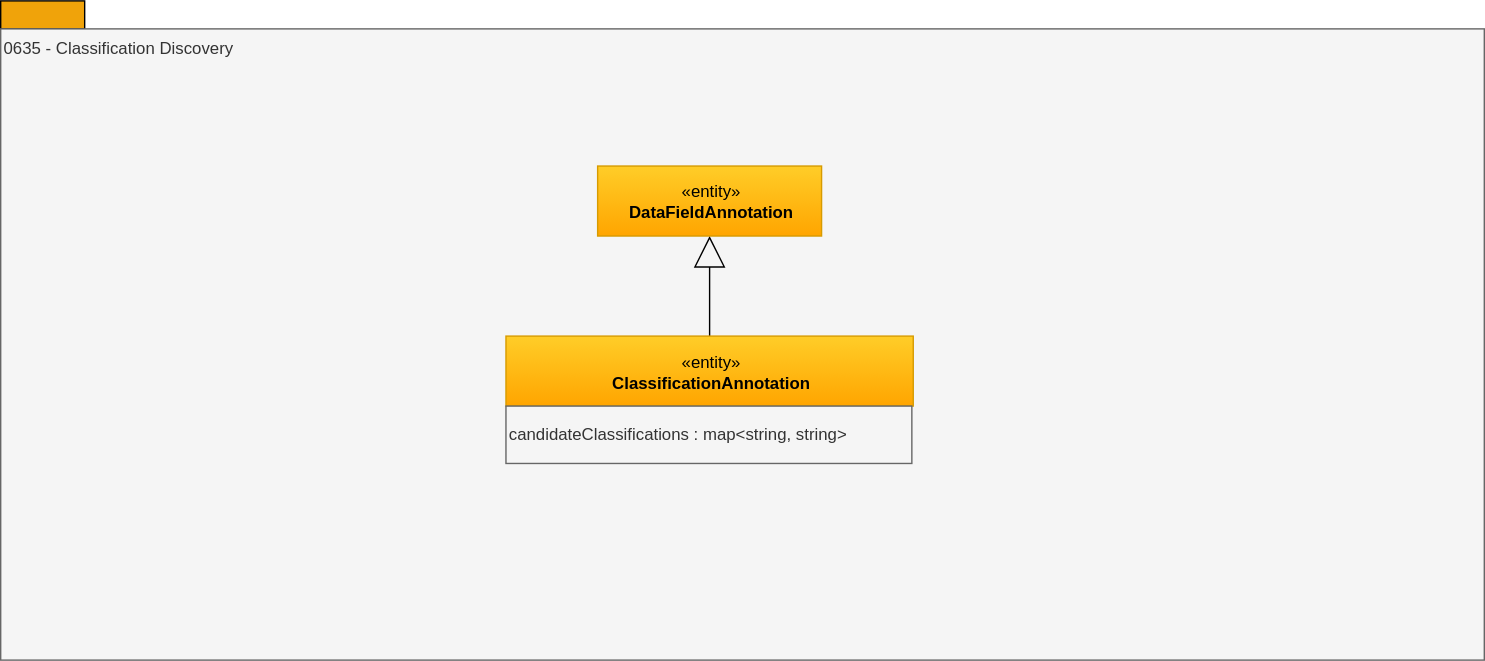
Earlier version of the draw.io export site/docs/types/6/0635-Classification-Discovery.svg (odpi/egeria-docs). Source tidied: cells renumbered, new cells last; positions are measured from the earlier drawing's top-left corner, leaving out a move shared by most shapes.
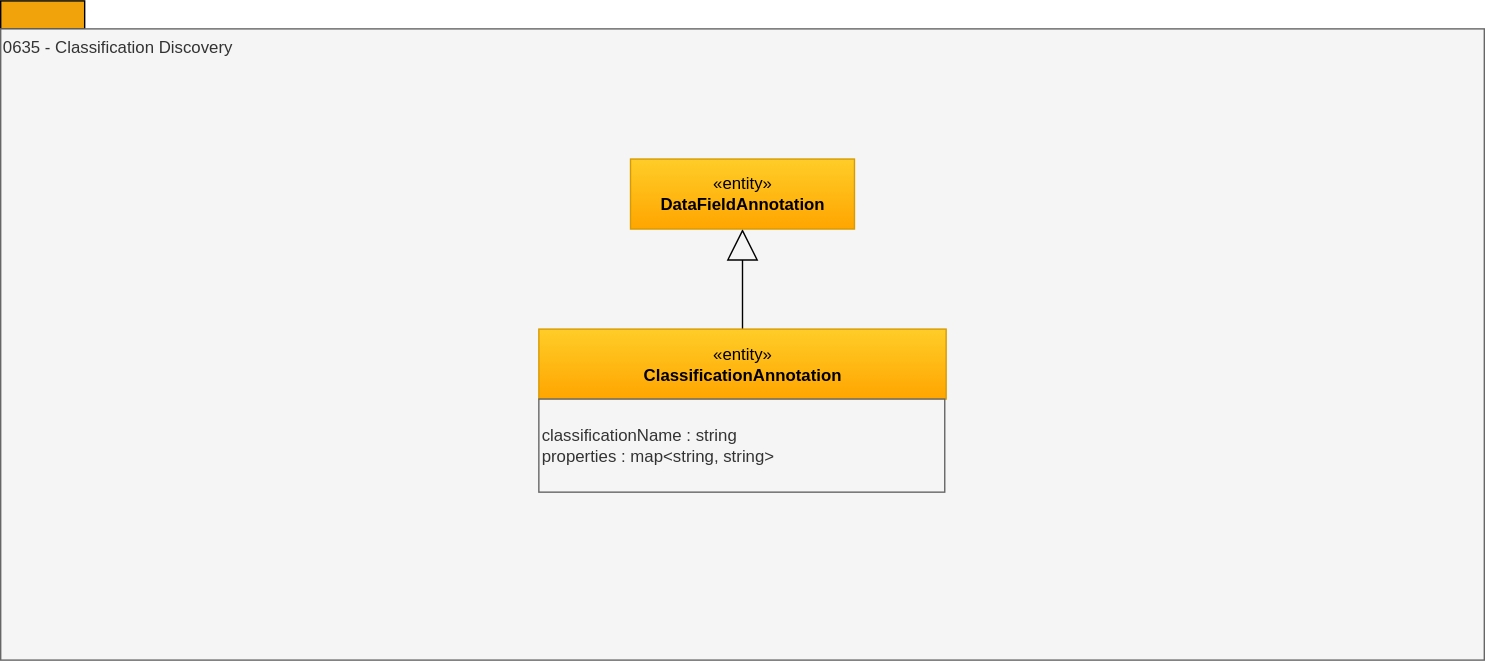
The same file after the commit.

Diff of the diagram source:
```diff
@@ -3,10 +3,10 @@
     <mxCell id="0" />
     <mxCell id="1" parent="0" />
     <mxCell id="2" style="rounded=0;whiteSpace=wrap;html=1;align=left;fillColor=#f0a30a;strokeColor=#000000;fontColor=#ffffff;" parent="1" vertex="1">
-      <mxGeometry width="60" height="20" as="geometry" />
+      <mxGeometry x="-23.5" y="5" width="60" height="20" as="geometry" />
     </mxCell>
     <mxCell id="3" value="0635 - Classification Discovery" style="rounded=0;whiteSpace=wrap;html=1;align=left;verticalAlign=top;fillColor=#f5f5f5;fontColor=#333333;strokeColor=#666666;" parent="1" vertex="1">
-      <mxGeometry y="20" width="1060" height="451" as="geometry" />
+      <mxGeometry x="-23.5" y="25" width="1060" height="451" as="geometry" />
     </mxCell>
     <mxCell id="4" style="edgeStyle=orthogonalEdgeStyle;rounded=0;jettySize=auto;html=1;exitX=0.5;exitY=0;exitDx=0;exitDy=0;entryX=0.5;entryY=1;entryDx=0;entryDy=0;endArrow=block;endFill=0;endSize=20;" parent="1" edge="1" source="5" target="7">
       <mxGeometry relative="1" as="geometry" />
@@ -14,8 +14,8 @@
     <mxCell id="5" value="«entity»&lt;br&gt;&lt;b&gt;ClassificationAnnotation&lt;/b&gt;" style="html=1;strokeColor=#d79b00;align=center;fillColor=#ffcd28;gradientColor=#ffa500;" parent="1" vertex="1">
       <mxGeometry x="361" y="239.5" width="291" height="50" as="geometry" />
     </mxCell>
-    <mxCell id="6" value="candidateClassifications : map&amp;lt;string, string&amp;gt;&lt;br&gt;" style="rounded=0;whiteSpace=wrap;html=1;strokeColor=#666666;align=left;fillColor=#f5f5f5;fontColor=#333333;" parent="1" vertex="1">
-      <mxGeometry x="361" y="289.5" width="290" height="41" as="geometry" />
+    <mxCell id="6" value="classificationName : string&lt;div&gt;properties : map&amp;lt;string, string&amp;gt;&lt;/div&gt;" style="rounded=0;whiteSpace=wrap;html=1;strokeColor=#666666;align=left;fillColor=#f5f5f5;fontColor=#333333;" parent="1" vertex="1">
+      <mxGeometry x="361" y="289.5" width="290" height="66.5" as="geometry" />
     </mxCell>
     <mxCell id="7" value="«entity»&lt;br&gt;&lt;b&gt;DataFieldAnnotation&lt;/b&gt;" style="html=1;strokeColor=#d79b00;align=center;fillColor=#ffcd28;gradientColor=#ffa500;" parent="1" vertex="1">
       <mxGeometry x="426.5" y="118" width="160" height="50" as="geometry" />
```
